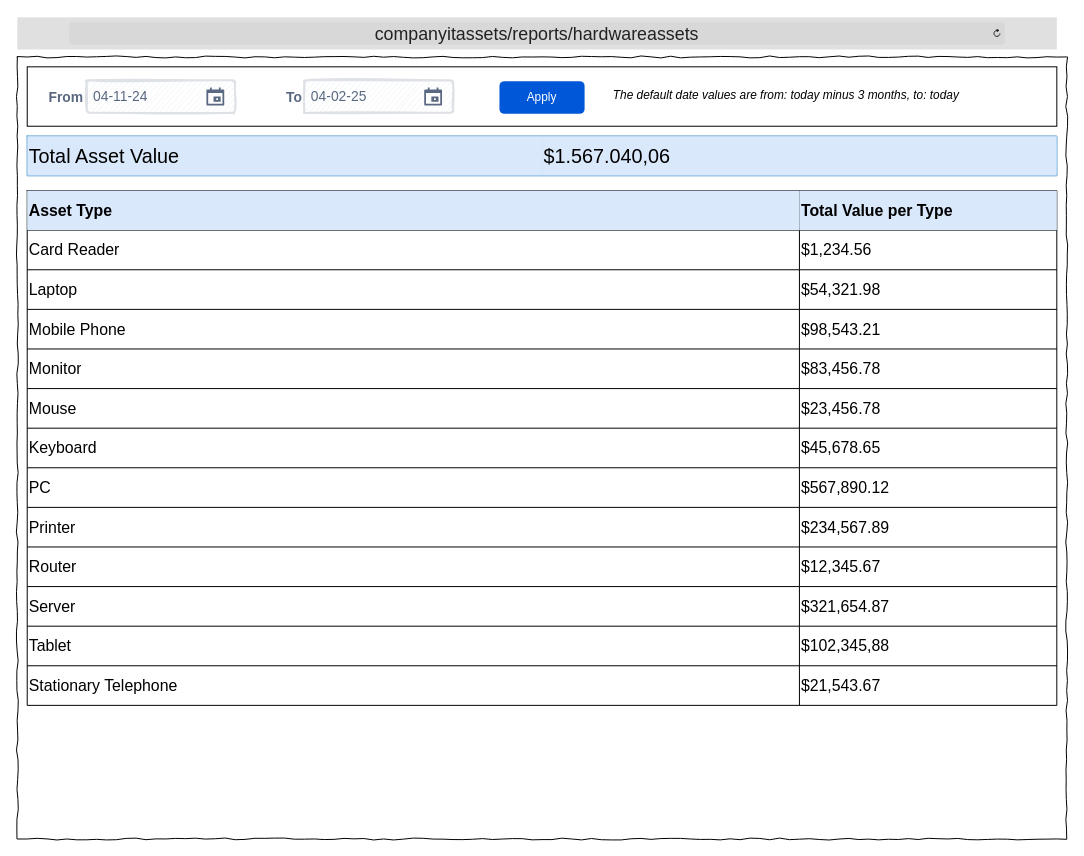
The draw.io diagram Wireframes/ITAT_Reports_HWValues.drawio in TRed91/ITAssetTracking, before the edit. Source tidied: cells renumbered, new cells numbered last; positions are measured from the earlier drawing's top-left corner, leaving out a move shared by most shapes. Both pictures are drawn from the tidied source at 99%, with x=0, y=0 at pixel (17, 17).
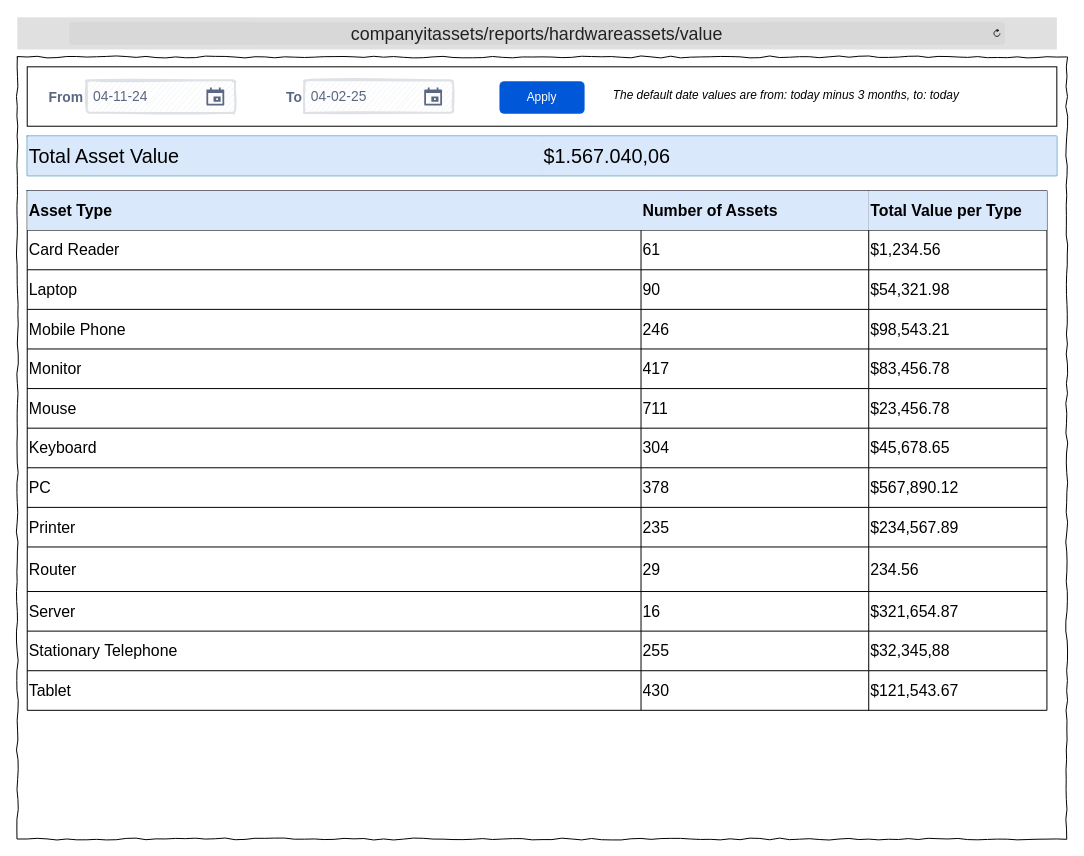
Above is the later version.

Diff of the diagram source:
```diff
@@
-    <mxCell id="4" value="&lt;font style=&quot;font-size: 18px;&quot;&gt;companyitassets/reports/hardwareassets&lt;/font&gt;" style="html=1;strokeWidth=1;shadow=0;dashed=0;shape=mxgraph.ios7ui.url;fillColor=#e0e0e0;strokeColor=#c0c0c0;buttonText=;strokeColor2=#222222;fontColor=#222222;fontSize=8;spacingTop=2;align=center;whiteSpace=wrap;" parent="1" vertex="1">
+    <mxCell id="4" value="&lt;font style=&quot;font-size: 18px;&quot;&gt;companyitassets/reports/hardwareassets/value&lt;/font&gt;" style="html=1;strokeWidth=1;shadow=0;dashed=0;shape=mxgraph.ios7ui.url;fillColor=#e0e0e0;strokeColor=#c0c0c0;buttonText=;strokeColor2=#222222;fontColor=#222222;fontSize=8;spacingTop=2;align=center;whiteSpace=wrap;" parent="1" vertex="1">
       <mxGeometry width="1050" height="32.5" as="geometry" />
     </mxCell>
@@
     <mxCell id="12" style="shape=table;startSize=0;childLayout=tableLayout;fontSize=16;" parent="1" vertex="1">
-      <mxGeometry x="10" y="175" width="1040" height="520" as="geometry" />
+      <mxGeometry x="10" y="175" width="1030" height="525" as="geometry" />
     </mxCell>
     <mxCell id="13" style="shape=tableRow;horizontal=0;startSize=0;swimlaneHead=0;swimlaneBody=0;strokeColor=inherit;top=0;left=0;bottom=0;right=0;fillColor=none;fontSize=16;" parent="12" vertex="1">
-      <mxGeometry width="1040" height="40" as="geometry" />
+      <mxGeometry width="1030" height="40" as="geometry" />
     </mxCell>
     <mxCell id="14" value="Asset Type" style="shape=partialRectangle;html=1;whiteSpace=wrap;strokeColor=#6c8ebf;overflow=hidden;fillColor=#dae8fc;top=0;left=0;bottom=0;right=0;fontSize=16;fontStyle=1;align=left;" parent="13" vertex="1">
-      <mxGeometry width="780" height="40" as="geometry" />
+      <mxGeometry width="620" height="40" as="geometry" />
     </mxCell>
+    <mxCell id="57" value="Number of Assets" style="shape=partialRectangle;html=1;whiteSpace=wrap;strokeColor=#6c8ebf;overflow=hidden;fillColor=#dae8fc;top=0;left=0;bottom=0;right=0;fontSize=16;fontStyle=1;align=left;" parent="13" vertex="1">
+      <mxGeometry x="620" width="230" height="40" as="geometry" />
+    </mxCell>
     <mxCell id="15" value="Total Value per Type" style="shape=partialRectangle;html=1;whiteSpace=wrap;strokeColor=#6c8ebf;overflow=hidden;fillColor=#dae8fc;top=0;left=0;bottom=0;right=0;fontSize=16;fontStyle=1;align=left;" parent="13" vertex="1">
-      <mxGeometry x="780" width="260" height="40" as="geometry" />
+      <mxGeometry x="850" width="180" height="40" as="geometry" />
     </mxCell>
     <mxCell id="16" style="shape=tableRow;horizontal=0;startSize=0;swimlaneHead=0;swimlaneBody=0;strokeColor=inherit;top=0;left=0;bottom=0;right=0;fillColor=none;fontSize=16;" parent="12" vertex="1">
-      <mxGeometry y="40" width="1040" height="40" as="geometry" />
+      <mxGeometry y="40" width="1030" height="40" as="geometry" />
     </mxCell>
     <mxCell id="17" value="&lt;span style=&quot;font-weight: normal;&quot;&gt;Card Reader&lt;/span&gt;" style="shape=partialRectangle;html=1;whiteSpace=wrap;strokeColor=inherit;overflow=hidden;fillColor=none;top=0;left=0;bottom=0;right=0;fontSize=16;fontStyle=1;align=left;" parent="16" vertex="1">
-      <mxGeometry width="780" height="40" as="geometry" />
+      <mxGeometry width="620" height="40" as="geometry" />
     </mxCell>
+    <mxCell id="58" value="&lt;span style=&quot;font-weight: normal;&quot;&gt;61&lt;/span&gt;" style="shape=partialRectangle;html=1;whiteSpace=wrap;strokeColor=inherit;overflow=hidden;fillColor=none;top=0;left=0;bottom=0;right=0;fontSize=16;fontStyle=1;align=left;" parent="16" vertex="1">
+      <mxGeometry x="620" width="230" height="40" as="geometry" />
+    </mxCell>
     <mxCell id="18" value="&lt;span style=&quot;font-weight: normal;&quot;&gt;$1,234.56&lt;/span&gt;" style="shape=partialRectangle;html=1;whiteSpace=wrap;strokeColor=inherit;overflow=hidden;fillColor=none;top=0;left=0;bottom=0;right=0;fontSize=16;fontStyle=1;align=left;" parent="16" vertex="1">
-      <mxGeometry x="780" width="260" height="40" as="geometry" />
+      <mxGeometry x="850" width="180" height="40" as="geometry" />
     </mxCell>
     <mxCell id="19" style="shape=tableRow;horizontal=0;startSize=0;swimlaneHead=0;swimlaneBody=0;strokeColor=inherit;top=0;left=0;bottom=0;right=0;fillColor=none;fontSize=16;" parent="12" vertex="1">
-      <mxGeometry y="80" width="1040" height="40" as="geometry" />
+      <mxGeometry y="80" width="1030" height="40" as="geometry" />
     </mxCell>
     <mxCell id="20" value="Laptop" style="shape=partialRectangle;html=1;whiteSpace=wrap;strokeColor=inherit;overflow=hidden;fillColor=none;top=0;left=0;bottom=0;right=0;fontSize=16;align=left;" parent="19" vertex="1">
-      <mxGeometry width="780" height="40" as="geometry" />
+      <mxGeometry width="620" height="40" as="geometry" />
     </mxCell>
+    <mxCell id="59" value="90" style="shape=partialRectangle;html=1;whiteSpace=wrap;strokeColor=inherit;overflow=hidden;fillColor=none;top=0;left=0;bottom=0;right=0;fontSize=16;align=left;" parent="19" vertex="1">
+      <mxGeometry x="620" width="230" height="40" as="geometry" />
+    </mxCell>
     <mxCell id="21" value="$54,321.98" style="shape=partialRectangle;html=1;whiteSpace=wrap;strokeColor=inherit;overflow=hidden;fillColor=none;top=0;left=0;bottom=0;right=0;fontSize=16;align=left;" parent="19" vertex="1">
-      <mxGeometry x="780" width="260" height="40" as="geometry" />
+      <mxGeometry x="850" width="180" height="40" as="geometry" />
     </mxCell>
     <mxCell id="22" style="shape=tableRow;horizontal=0;startSize=0;swimlaneHead=0;swimlaneBody=0;strokeColor=inherit;top=0;left=0;bottom=0;right=0;fillColor=none;fontSize=16;" parent="12" vertex="1">
-      <mxGeometry y="120" width="1040" height="40" as="geometry" />
+      <mxGeometry y="120" width="1030" height="40" as="geometry" />
     </mxCell>
     <mxCell id="23" value="Mobile Phone" style="shape=partialRectangle;html=1;whiteSpace=wrap;strokeColor=inherit;overflow=hidden;fillColor=none;top=0;left=0;bottom=0;right=0;fontSize=16;align=left;" parent="22" vertex="1">
-      <mxGeometry width="780" height="40" as="geometry" />
+      <mxGeometry width="620" height="40" as="geometry" />
     </mxCell>
+    <mxCell id="60" value="246" style="shape=partialRectangle;html=1;whiteSpace=wrap;strokeColor=inherit;overflow=hidden;fillColor=none;top=0;left=0;bottom=0;right=0;fontSize=16;align=left;" parent="22" vertex="1">
+      <mxGeometry x="620" width="230" height="40" as="geometry" />
+    </mxCell>
     <mxCell id="24" value="$98,543.21" style="shape=partialRectangle;html=1;whiteSpace=wrap;strokeColor=inherit;overflow=hidden;fillColor=none;top=0;left=0;bottom=0;right=0;fontSize=16;align=left;" parent="22" vertex="1">
-      <mxGeometry x="780" width="260" height="40" as="geometry" />
+      <mxGeometry x="850" width="180" height="40" as="geometry" />
     </mxCell>
     <mxCell id="25" style="shape=tableRow;horizontal=0;startSize=0;swimlaneHead=0;swimlaneBody=0;strokeColor=inherit;top=0;left=0;bottom=0;right=0;fillColor=none;fontSize=16;" parent="12" vertex="1">
-      <mxGeometry y="160" width="1040" height="40" as="geometry" />
+      <mxGeometry y="160" width="1030" height="40" as="geometry" />
     </mxCell>
     <mxCell id="26" value="Monitor" style="shape=partialRectangle;html=1;whiteSpace=wrap;strokeColor=inherit;overflow=hidden;fillColor=none;top=0;left=0;bottom=0;right=0;fontSize=16;align=left;" parent="25" vertex="1">
-      <mxGeometry width="780" height="40" as="geometry" />
+      <mxGeometry width="620" height="40" as="geometry" />
     </mxCell>
+    <mxCell id="61" value="417" style="shape=partialRectangle;html=1;whiteSpace=wrap;strokeColor=inherit;overflow=hidden;fillColor=none;top=0;left=0;bottom=0;right=0;fontSize=16;align=left;" parent="25" vertex="1">
+      <mxGeometry x="620" width="230" height="40" as="geometry" />
+    </mxCell>
     <mxCell id="27" value="$83,456.78" style="shape=partialRectangle;html=1;whiteSpace=wrap;strokeColor=inherit;overflow=hidden;fillColor=none;top=0;left=0;bottom=0;right=0;fontSize=16;align=left;" parent="25" vertex="1">
-      <mxGeometry x="780" width="260" height="40" as="geometry" />
+      <mxGeometry x="850" width="180" height="40" as="geometry" />
     </mxCell>
     <mxCell id="28" style="shape=tableRow;horizontal=0;startSize=0;swimlaneHead=0;swimlaneBody=0;strokeColor=inherit;top=0;left=0;bottom=0;right=0;fillColor=none;fontSize=16;" parent="12" vertex="1">
-      <mxGeometry y="200" width="1040" height="40" as="geometry" />
+      <mxGeometry y="200" width="1030" height="40" as="geometry" />
     </mxCell>
     <mxCell id="29" value="Mouse" style="shape=partialRectangle;html=1;whiteSpace=wrap;strokeColor=inherit;overflow=hidden;fillColor=none;top=0;left=0;bottom=0;right=0;fontSize=16;align=left;" parent="28" vertex="1">
-      <mxGeometry width="780" height="40" as="geometry" />
+      <mxGeometry width="620" height="40" as="geometry" />
     </mxCell>
+    <mxCell id="62" value="711" style="shape=partialRectangle;html=1;whiteSpace=wrap;strokeColor=inherit;overflow=hidden;fillColor=none;top=0;left=0;bottom=0;right=0;fontSize=16;align=left;" parent="28" vertex="1">
+      <mxGeometry x="620" width="230" height="40" as="geometry" />
+    </mxCell>
     <mxCell id="30" value="$23,456.78" style="shape=partialRectangle;html=1;whiteSpace=wrap;strokeColor=inherit;overflow=hidden;fillColor=none;top=0;left=0;bottom=0;right=0;fontSize=16;align=left;" parent="28" vertex="1">
-      <mxGeometry x="780" width="260" height="40" as="geometry" />
+      <mxGeometry x="850" width="180" height="40" as="geometry" />
     </mxCell>
     <mxCell id="31" style="shape=tableRow;horizontal=0;startSize=0;swimlaneHead=0;swimlaneBody=0;strokeColor=inherit;top=0;left=0;bottom=0;right=0;fillColor=none;fontSize=16;" parent="12" vertex="1">
-      <mxGeometry y="240" width="1040" height="40" as="geometry" />
+      <mxGeometry y="240" width="1030" height="40" as="geometry" />
     </mxCell>
     <mxCell id="32" value="Keyboard" style="shape=partialRectangle;html=1;whiteSpace=wrap;strokeColor=inherit;overflow=hidden;fillColor=none;top=0;left=0;bottom=0;right=0;fontSize=16;align=left;" parent="31" vertex="1">
-      <mxGeometry width="780" height="40" as="geometry" />
+      <mxGeometry width="620" height="40" as="geometry" />
     </mxCell>
+    <mxCell id="63" value="304" style="shape=partialRectangle;html=1;whiteSpace=wrap;strokeColor=inherit;overflow=hidden;fillColor=none;top=0;left=0;bottom=0;right=0;fontSize=16;align=left;" parent="31" vertex="1">
+      <mxGeometry x="620" width="230" height="40" as="geometry" />
+    </mxCell>
     <mxCell id="33" value="$45,678.65" style="shape=partialRectangle;html=1;whiteSpace=wrap;strokeColor=inherit;overflow=hidden;fillColor=none;top=0;left=0;bottom=0;right=0;fontSize=16;align=left;" parent="31" vertex="1">
-      <mxGeometry x="780" width="260" height="40" as="geometry" />
+      <mxGeometry x="850" width="180" height="40" as="geometry" />
     </mxCell>
     <mxCell id="34" style="shape=tableRow;horizontal=0;startSize=0;swimlaneHead=0;swimlaneBody=0;strokeColor=inherit;top=0;left=0;bottom=0;right=0;fillColor=none;fontSize=16;" parent="12" vertex="1">
-      <mxGeometry y="280" width="1040" height="40" as="geometry" />
+      <mxGeometry y="280" width="1030" height="40" as="geometry" />
     </mxCell>
     <mxCell id="35" value="PC" style="shape=partialRectangle;html=1;whiteSpace=wrap;strokeColor=inherit;overflow=hidden;fillColor=none;top=0;left=0;bottom=0;right=0;fontSize=16;align=left;" parent="34" vertex="1">
-      <mxGeometry width="780" height="40" as="geometry" />
+      <mxGeometry width="620" height="40" as="geometry" />
     </mxCell>
+    <mxCell id="64" value="378" style="shape=partialRectangle;html=1;whiteSpace=wrap;strokeColor=inherit;overflow=hidden;fillColor=none;top=0;left=0;bottom=0;right=0;fontSize=16;align=left;" parent="34" vertex="1">
+      <mxGeometry x="620" width="230" height="40" as="geometry" />
+    </mxCell>
     <mxCell id="36" value="$567,890.12" style="shape=partialRectangle;html=1;whiteSpace=wrap;strokeColor=inherit;overflow=hidden;fillColor=none;top=0;left=0;bottom=0;right=0;fontSize=16;align=left;" parent="34" vertex="1">
-      <mxGeometry x="780" width="260" height="40" as="geometry" />
+      <mxGeometry x="850" width="180" height="40" as="geometry" />
     </mxCell>
     <mxCell id="37" style="shape=tableRow;horizontal=0;startSize=0;swimlaneHead=0;swimlaneBody=0;strokeColor=inherit;top=0;left=0;bottom=0;right=0;fillColor=none;fontSize=16;" parent="12" vertex="1">
-      <mxGeometry y="320" width="1040" height="40" as="geometry" />
+      <mxGeometry y="320" width="1030" height="40" as="geometry" />
     </mxCell>
     <mxCell id="38" value="Printer" style="shape=partialRectangle;html=1;whiteSpace=wrap;strokeColor=inherit;overflow=hidden;fillColor=none;top=0;left=0;bottom=0;right=0;fontSize=16;align=left;" parent="37" vertex="1">
-      <mxGeometry width="780" height="40" as="geometry" />
+      <mxGeometry width="620" height="40" as="geometry" />
     </mxCell>
+    <mxCell id="65" value="235" style="shape=partialRectangle;html=1;whiteSpace=wrap;strokeColor=inherit;overflow=hidden;fillColor=none;top=0;left=0;bottom=0;right=0;fontSize=16;align=left;" parent="37" vertex="1">
+      <mxGeometry x="620" width="230" height="40" as="geometry" />
+    </mxCell>
     <mxCell id="39" value="$234,567.89" style="shape=partialRectangle;html=1;whiteSpace=wrap;strokeColor=inherit;overflow=hidden;fillColor=none;top=0;left=0;bottom=0;right=0;fontSize=16;align=left;" parent="37" vertex="1">
-      <mxGeometry x="780" width="260" height="40" as="geometry" />
+      <mxGeometry x="850" width="180" height="40" as="geometry" />
     </mxCell>
     <mxCell id="40" style="shape=tableRow;horizontal=0;startSize=0;swimlaneHead=0;swimlaneBody=0;strokeColor=inherit;top=0;left=0;bottom=0;right=0;fillColor=none;fontSize=16;" parent="12" vertex="1">
-      <mxGeometry y="360" width="1040" height="40" as="geometry" />
+      <mxGeometry y="360" width="1030" height="45" as="geometry" />
     </mxCell>
     <mxCell id="41" value="Router" style="shape=partialRectangle;html=1;whiteSpace=wrap;strokeColor=inherit;overflow=hidden;fillColor=none;top=0;left=0;bottom=0;right=0;fontSize=16;align=left;" parent="40" vertex="1">
-      <mxGeometry width="780" height="40" as="geometry" />
+      <mxGeometry width="620" height="45" as="geometry" />
     </mxCell>
+    <mxCell id="66" value="29" style="shape=partialRectangle;html=1;whiteSpace=wrap;strokeColor=inherit;overflow=hidden;fillColor=none;top=0;left=0;bottom=0;right=0;fontSize=16;align=left;" parent="40" vertex="1">
+      <mxGeometry x="620" width="230" height="45" as="geometry" />
+    </mxCell>
-    <mxCell id="42" value="$12,345.67" style="shape=partialRectangle;html=1;whiteSpace=wrap;strokeColor=inherit;overflow=hidden;fillColor=none;top=0;left=0;bottom=0;right=0;fontSize=16;align=left;" parent="40" vertex="1">
-      <mxGeometry x="780" width="260" height="40" as="geometry" />
+    <mxCell id="42" value="234.56" style="shape=partialRectangle;html=1;whiteSpace=wrap;strokeColor=inherit;overflow=hidden;fillColor=none;top=0;left=0;bottom=0;right=0;fontSize=16;align=left;" parent="40" vertex="1">
+      <mxGeometry x="850" width="180" height="45" as="geometry" />
     </mxCell>
     <mxCell id="43" style="shape=tableRow;horizontal=0;startSize=0;swimlaneHead=0;swimlaneBody=0;strokeColor=inherit;top=0;left=0;bottom=0;right=0;fillColor=none;fontSize=16;" parent="12" vertex="1">
-      <mxGeometry y="400" width="1040" height="40" as="geometry" />
+      <mxGeometry y="405" width="1030" height="40" as="geometry" />
     </mxCell>
     <mxCell id="44" value="Server" style="shape=partialRectangle;html=1;whiteSpace=wrap;strokeColor=inherit;overflow=hidden;fillColor=none;top=0;left=0;bottom=0;right=0;fontSize=16;align=left;" parent="43" vertex="1">
-      <mxGeometry width="780" height="40" as="geometry" />
+      <mxGeometry width="620" height="40" as="geometry" />
     </mxCell>
+    <mxCell id="67" value="16" style="shape=partialRectangle;html=1;whiteSpace=wrap;strokeColor=inherit;overflow=hidden;fillColor=none;top=0;left=0;bottom=0;right=0;fontSize=16;align=left;" parent="43" vertex="1">
+      <mxGeometry x="620" width="230" height="40" as="geometry" />
+    </mxCell>
     <mxCell id="45" value="$321,654.87" style="shape=partialRectangle;html=1;whiteSpace=wrap;strokeColor=inherit;overflow=hidden;fillColor=none;top=0;left=0;bottom=0;right=0;fontSize=16;align=left;" parent="43" vertex="1">
-      <mxGeometry x="780" width="260" height="40" as="geometry" />
+      <mxGeometry x="850" width="180" height="40" as="geometry" />
     </mxCell>
     <mxCell id="46" style="shape=tableRow;horizontal=0;startSize=0;swimlaneHead=0;swimlaneBody=0;strokeColor=inherit;top=0;left=0;bottom=0;right=0;fillColor=none;fontSize=16;" parent="12" vertex="1">
-      <mxGeometry y="440" width="1040" height="40" as="geometry" />
+      <mxGeometry y="445" width="1030" height="40" as="geometry" />
     </mxCell>
-    <mxCell id="47" value="Tablet" style="shape=partialRectangle;html=1;whiteSpace=wrap;strokeColor=inherit;overflow=hidden;fillColor=none;top=0;left=0;bottom=0;right=0;fontSize=16;align=left;" parent="46" vertex="1">
-      <mxGeometry width="780" height="40" as="geometry" />
+    <mxCell id="47" value="Stationary Telephone" style="shape=partialRectangle;html=1;whiteSpace=wrap;strokeColor=inherit;overflow=hidden;fillColor=none;top=0;left=0;bottom=0;right=0;fontSize=16;align=left;" parent="46" vertex="1">
+      <mxGeometry width="620" height="40" as="geometry" />
     </mxCell>
+    <mxCell id="68" value="255" style="shape=partialRectangle;html=1;whiteSpace=wrap;strokeColor=inherit;overflow=hidden;fillColor=none;top=0;left=0;bottom=0;right=0;fontSize=16;align=left;" parent="46" vertex="1">
+      <mxGeometry x="620" width="230" height="40" as="geometry" />
+    </mxCell>
-    <mxCell id="48" value="$102,345,88" style="shape=partialRectangle;html=1;whiteSpace=wrap;strokeColor=inherit;overflow=hidden;fillColor=none;top=0;left=0;bottom=0;right=0;fontSize=16;align=left;" parent="46" vertex="1">
-      <mxGeometry x="780" width="260" height="40" as="geometry" />
+    <mxCell id="48" value="$32,345,88" style="shape=partialRectangle;html=1;whiteSpace=wrap;strokeColor=inherit;overflow=hidden;fillColor=none;top=0;left=0;bottom=0;right=0;fontSize=16;align=left;" parent="46" vertex="1">
+      <mxGeometry x="850" width="180" height="40" as="geometry" />
     </mxCell>
     <mxCell id="49" style="shape=tableRow;horizontal=0;startSize=0;swimlaneHead=0;swimlaneBody=0;strokeColor=inherit;top=0;left=0;bottom=0;right=0;fillColor=none;fontSize=16;" parent="12" vertex="1">
-      <mxGeometry y="480" width="1040" height="40" as="geometry" />
+      <mxGeometry y="485" width="1030" height="40" as="geometry" />
     </mxCell>
-    <mxCell id="50" value="Stationary Telephone" style="shape=partialRectangle;html=1;whiteSpace=wrap;strokeColor=inherit;overflow=hidden;fillColor=none;top=0;left=0;bottom=0;right=0;fontSize=16;align=left;" parent="49" vertex="1">
-      <mxGeometry width="780" height="40" as="geometry" />
+    <mxCell id="50" value="Tablet" style="shape=partialRectangle;html=1;whiteSpace=wrap;strokeColor=inherit;overflow=hidden;fillColor=none;top=0;left=0;bottom=0;right=0;fontSize=16;align=left;" parent="49" vertex="1">
+      <mxGeometry width="620" height="40" as="geometry" />
     </mxCell>
+    <mxCell id="69" value="430" style="shape=partialRectangle;html=1;whiteSpace=wrap;strokeColor=inherit;overflow=hidden;fillColor=none;top=0;left=0;bottom=0;right=0;fontSize=16;align=left;" parent="49" vertex="1">
+      <mxGeometry x="620" width="230" height="40" as="geometry" />
+    </mxCell>
-    <mxCell id="51" value="$21,543.67" style="shape=partialRectangle;html=1;whiteSpace=wrap;strokeColor=inherit;overflow=hidden;fillColor=none;top=0;left=0;bottom=0;right=0;fontSize=16;align=left;" parent="49" vertex="1">
-      <mxGeometry x="780" width="260" height="40" as="geometry" />
+    <mxCell id="51" value="$121,543.67" style="shape=partialRectangle;html=1;whiteSpace=wrap;strokeColor=inherit;overflow=hidden;fillColor=none;top=0;left=0;bottom=0;right=0;fontSize=16;align=left;" parent="49" vertex="1">
+      <mxGeometry x="850" width="180" height="40" as="geometry" />
     </mxCell>
```
